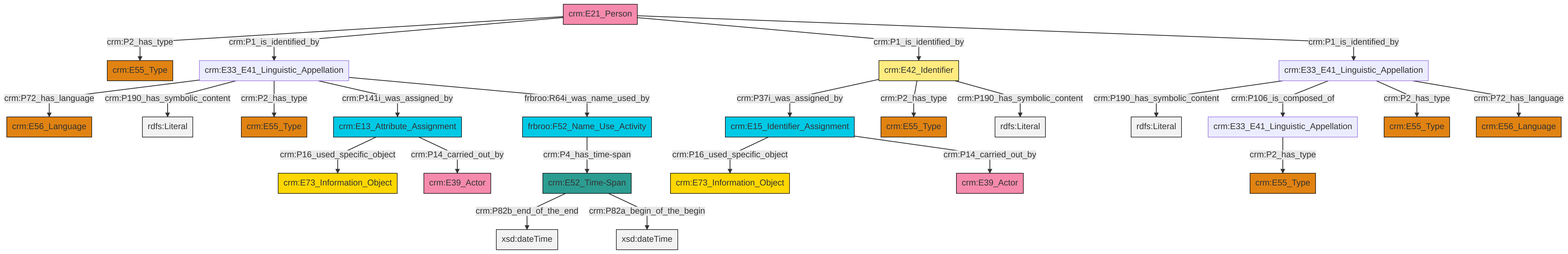
This is et/personCSV/ttl/mmd/png/Person_Names_and_Classification.png from swiss-art-research-net/reference-data-models, a Mermaid export, as it was before one commit. Its source is kept beside it as et/personCSV/ttl/mmd/Person_Names_and_Classification.ttl.mmd.
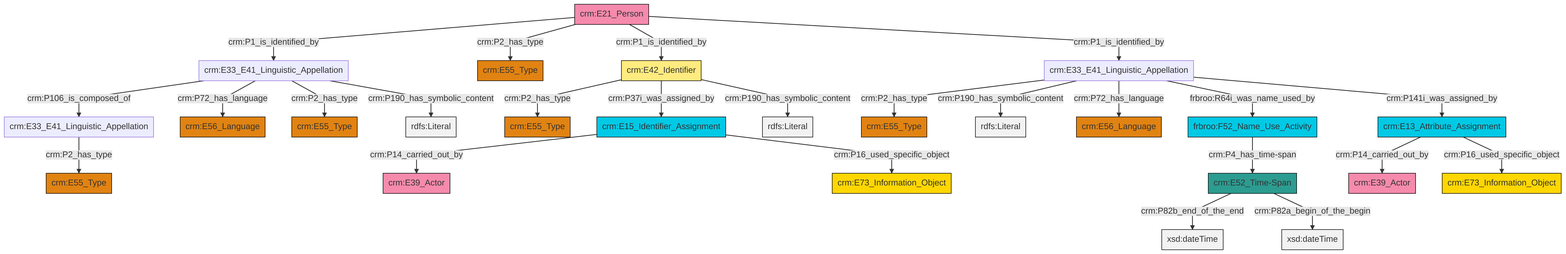
After the commit.

The edit, as a diff of the source:
```diff
@@ -13,27 +13,27 @@
 classDef PC_Classes fill:#4ce600, stroke:#000000;
 classDef Multi fill:#cccccc,stroke:#000000;
 
-3["crm:E33_E41_Linguistic_Appellation"]:::Default -->|crm:P190_has_symbolic_content| 4[rdfs:Literal]:::Literal
-5["crm:E52_Time-Span"]:::Time-Span -->|crm:P82b_end_of_the_end| 6[xsd:dateTime]:::Literal
-11["crm:E33_E41_Linguistic_Appellation"]:::Default -->|crm:P72_has_language| 12["crm:E56_Language"]:::Type
-3["crm:E33_E41_Linguistic_Appellation"]:::Default -->|crm:P106_is_composed_of| 0["crm:E33_E41_Linguistic_Appellation"]:::Default
-19["crm:E42_Identifier"]:::Appellation -->|crm:P37i_was_assigned_by| 20["crm:E15_Identifier_Assignment"]:::Temporal_Entity
-21["crm:E13_Attribute_Assignment"]:::Temporal_Entity -->|crm:P16_used_specific_object| 22["crm:E73_Information_Object"]:::Conceptual_Object
-5["crm:E52_Time-Span"]:::Time-Span -->|crm:P82a_begin_of_the_begin| 23[xsd:dateTime]:::Literal
-24["crm:E21_Person"]:::Actor -->|crm:P2_has_type| 26["crm:E55_Type"]:::Type
-3["crm:E33_E41_Linguistic_Appellation"]:::Default -->|crm:P2_has_type| 28["crm:E55_Type"]:::Type
-11["crm:E33_E41_Linguistic_Appellation"]:::Default -->|crm:P190_has_symbolic_content| 32[rdfs:Literal]:::Literal
-3["crm:E33_E41_Linguistic_Appellation"]:::Default -->|crm:P72_has_language| 33["crm:E56_Language"]:::Type
-19["crm:E42_Identifier"]:::Appellation -->|crm:P2_has_type| 17["crm:E55_Type"]:::Type
-24["crm:E21_Person"]:::Actor -->|crm:P1_is_identified_by| 11["crm:E33_E41_Linguistic_Appellation"]:::Default
-24["crm:E21_Person"]:::Actor -->|crm:P1_is_identified_by| 19["crm:E42_Identifier"]:::Appellation
-19["crm:E42_Identifier"]:::Appellation -->|crm:P190_has_symbolic_content| 35[rdfs:Literal]:::Literal
-20["crm:E15_Identifier_Assignment"]:::Temporal_Entity -->|crm:P16_used_specific_object| 29["crm:E73_Information_Object"]:::Conceptual_Object
-11["crm:E33_E41_Linguistic_Appellation"]:::Default -->|crm:P2_has_type| 37["crm:E55_Type"]:::Type
-11["crm:E33_E41_Linguistic_Appellation"]:::Default -->|crm:P141i_was_assigned_by| 21["crm:E13_Attribute_Assignment"]:::Temporal_Entity
-0["crm:E33_E41_Linguistic_Appellation"]:::Default -->|crm:P2_has_type| 13["crm:E55_Type"]:::Type
-20["crm:E15_Identifier_Assignment"]:::Temporal_Entity -->|crm:P14_carried_out_by| 9["crm:E39_Actor"]:::Actor
-21["crm:E13_Attribute_Assignment"]:::Temporal_Entity -->|crm:P14_carried_out_by| 7["crm:E39_Actor"]:::Actor
-11["crm:E33_E41_Linguistic_Appellation"]:::Default -->|frbroo:R64i_was_name_used_by| 41["frbroo:F52_Name_Use_Activity"]:::Temporal_Entity
-41["frbroo:F52_Name_Use_Activity"]:::Temporal_Entity -->|crm:P4_has_time-span| 5["crm:E52_Time-Span"]:::Time-Span
-24["crm:E21_Person"]:::Actor -->|crm:P1_is_identified_by| 3["crm:E33_E41_Linguistic_Appellation"]:::Default
+0["crm:E33_E41_Linguistic_Appellation"]:::Default -->|crm:P2_has_type| 1["crm:E55_Type"]:::Type
+0["crm:E33_E41_Linguistic_Appellation"]:::Default -->|crm:P190_has_symbolic_content| 3[rdfs:Literal]:::Literal
+8["crm:E42_Identifier"]:::Appellation -->|crm:P2_has_type| 9["crm:E55_Type"]:::Type
+21["crm:E21_Person"]:::Actor -->|crm:P1_is_identified_by| 22["crm:E33_E41_Linguistic_Appellation"]:::Default
+0["crm:E33_E41_Linguistic_Appellation"]:::Default -->|crm:P72_has_language| 4["crm:E56_Language"]:::Type
+10["crm:E13_Attribute_Assignment"]:::Temporal_Entity -->|crm:P14_carried_out_by| 29["crm:E39_Actor"]:::Actor
+21["crm:E21_Person"]:::Actor -->|crm:P2_has_type| 30["crm:E55_Type"]:::Type
+22["crm:E33_E41_Linguistic_Appellation"]:::Default -->|crm:P106_is_composed_of| 19["crm:E33_E41_Linguistic_Appellation"]:::Default
+21["crm:E21_Person"]:::Actor -->|crm:P1_is_identified_by| 8["crm:E42_Identifier"]:::Appellation
+22["crm:E33_E41_Linguistic_Appellation"]:::Default -->|crm:P72_has_language| 24["crm:E56_Language"]:::Type
+6["crm:E15_Identifier_Assignment"]:::Temporal_Entity -->|crm:P14_carried_out_by| 31["crm:E39_Actor"]:::Actor
+14["crm:E52_Time-Span"]:::Time-Span -->|crm:P82b_end_of_the_end| 33[xsd:dateTime]:::Literal
+21["crm:E21_Person"]:::Actor -->|crm:P1_is_identified_by| 0["crm:E33_E41_Linguistic_Appellation"]:::Default
+37["frbroo:F52_Name_Use_Activity"]:::Temporal_Entity -->|crm:P4_has_time-span| 14["crm:E52_Time-Span"]:::Time-Span
+22["crm:E33_E41_Linguistic_Appellation"]:::Default -->|crm:P2_has_type| 12["crm:E55_Type"]:::Type
+8["crm:E42_Identifier"]:::Appellation -->|crm:P37i_was_assigned_by| 6["crm:E15_Identifier_Assignment"]:::Temporal_Entity
+14["crm:E52_Time-Span"]:::Time-Span -->|crm:P82a_begin_of_the_begin| 38[xsd:dateTime]:::Literal
+19["crm:E33_E41_Linguistic_Appellation"]:::Default -->|crm:P2_has_type| 26["crm:E55_Type"]:::Type
+8["crm:E42_Identifier"]:::Appellation -->|crm:P190_has_symbolic_content| 42[rdfs:Literal]:::Literal
+0["crm:E33_E41_Linguistic_Appellation"]:::Default -->|frbroo:R64i_was_name_used_by| 37["frbroo:F52_Name_Use_Activity"]:::Temporal_Entity
+10["crm:E13_Attribute_Assignment"]:::Temporal_Entity -->|crm:P16_used_specific_object| 17["crm:E73_Information_Object"]:::Conceptual_Object
+22["crm:E33_E41_Linguistic_Appellation"]:::Default -->|crm:P190_has_symbolic_content| 46[rdfs:Literal]:::Literal
+6["crm:E15_Identifier_Assignment"]:::Temporal_Entity -->|crm:P16_used_specific_object| 44["crm:E73_Information_Object"]:::Conceptual_Object
+0["crm:E33_E41_Linguistic_Appellation"]:::Default -->|crm:P141i_was_assigned_by| 10["crm:E13_Attribute_Assignment"]:::Temporal_Entity
```
